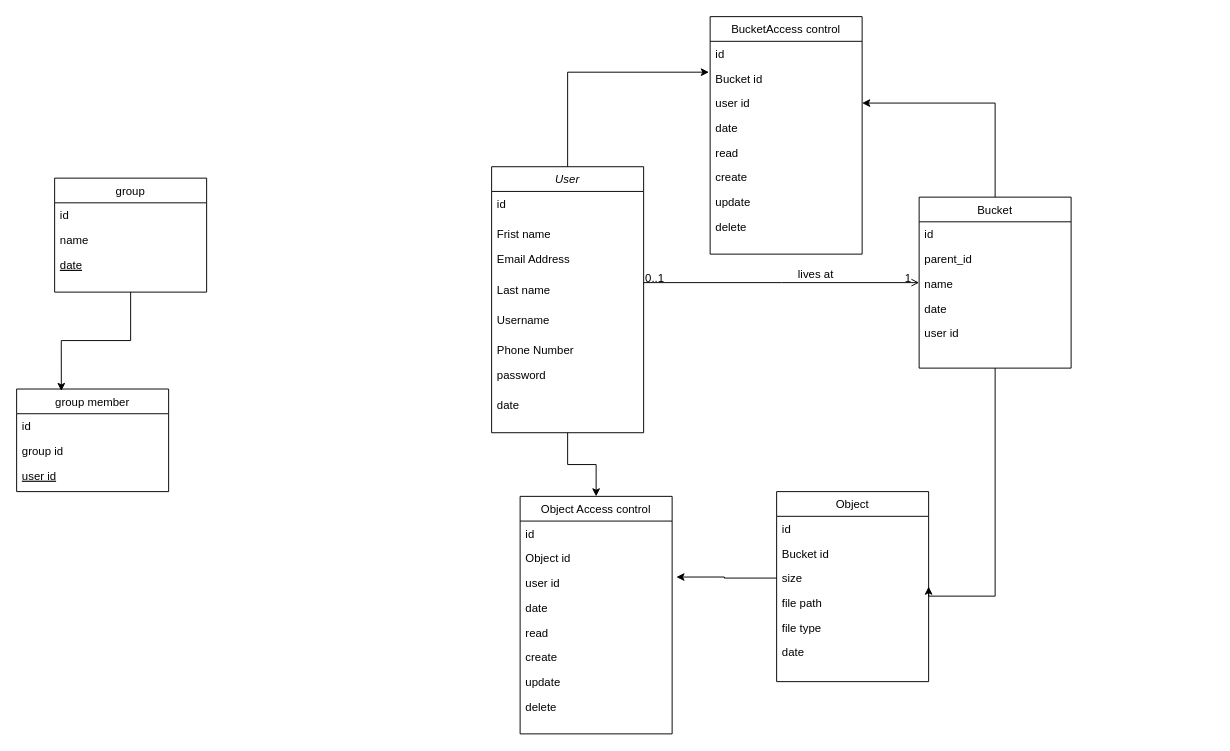
Before: Untitled Diagram.drawio in marshalyordanos/demo, a draw.io diagram. Source tidied: cells renumbered, new cells numbered last; positions are measured from the earlier drawing's top-left corner, leaving out a move shared by most shapes. Both pictures are drawn from the tidied source at 95%, with x=0, y=0 at pixel (16, 16).
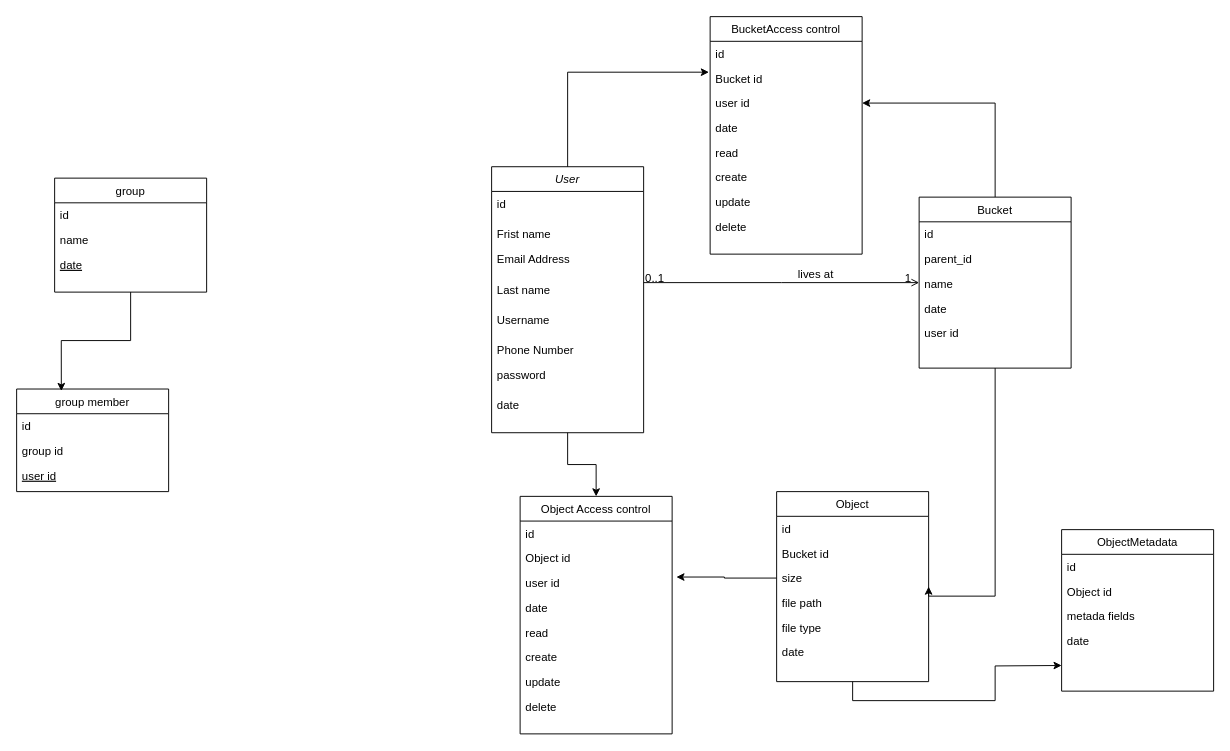
The same diagram, later.

Unchanged cells that the change refers to:
```xml
<mxCell id="16" value="Object" style="swimlane;fontStyle=0;align=center;verticalAlign=top;horizontal=1;startSize=26;rounded=0;shadow=0;strokeWidth=1;" parent="1" vertex="1">
  <mxGeometry x="800" y="500" width="160" height="200" as="geometry" />
</mxCell>
```

The edit, as a diff of the source:
```diff
@@
+    <mxCell id="60" value="ObjectMetadata" style="swimlane;fontStyle=0;align=center;verticalAlign=top;horizontal=1;startSize=26;rounded=0;shadow=0;strokeWidth=1;" parent="1" vertex="1">
+      <mxGeometry x="1100" y="540" width="160" height="170" as="geometry" />
+    </mxCell>
+    <mxCell id="61" value="id" style="text;align=left;verticalAlign=top;spacingLeft=4;spacingRight=4;overflow=hidden;" parent="60" vertex="1">
+      <mxGeometry y="26" width="160" height="26" as="geometry" />
+    </mxCell>
+    <mxCell id="62" value="Object id" style="text;align=left;verticalAlign=top;spacingLeft=4;spacingRight=4;overflow=hidden;" parent="60" vertex="1">
+      <mxGeometry y="52" width="160" height="26" as="geometry" />
+    </mxCell>
+    <mxCell id="63" value="metada fields" style="text;align=left;verticalAlign=top;spacingLeft=4;spacingRight=4;overflow=hidden;" parent="60" vertex="1">
+      <mxGeometry y="78" width="160" height="26" as="geometry" />
+    </mxCell>
+    <mxCell id="64" value="date" style="text;align=left;verticalAlign=top;spacingLeft=4;spacingRight=4;overflow=hidden;" parent="60" vertex="1">
+      <mxGeometry y="104" width="160" height="26" as="geometry" />
+    </mxCell>
+    <mxCell id="65" style="edgeStyle=orthogonalEdgeStyle;rounded=0;jettySize=auto;html=1;exitX=0.5;exitY=1;exitDx=0;exitDy=0;" parent="1" edge="1" source="16">
+      <mxGeometry relative="1" as="geometry">
+        <mxPoint x="1100" y="683" as="targetPoint" />
+      </mxGeometry>
+    </mxCell>
```
